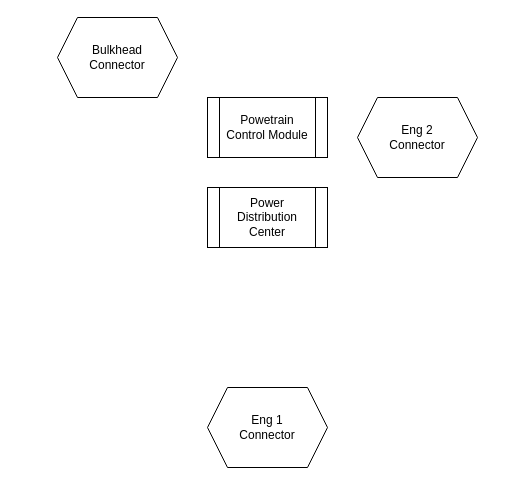
Earlier version of the draw.io diagram page "Harness Overview" (2 of 6) of Diagrams/Source Files/Electrical Systems and Harnesses.drawio (nilchaos/Project-Baryonyx). Source tidied: cells renumbered, new cells numbered last; positions are measured from the earlier drawing's top-left corner, leaving out a move shared by most shapes. Both pictures are drawn from the tidied source at 100%, with x=0, y=0 at pixel (57, 17).
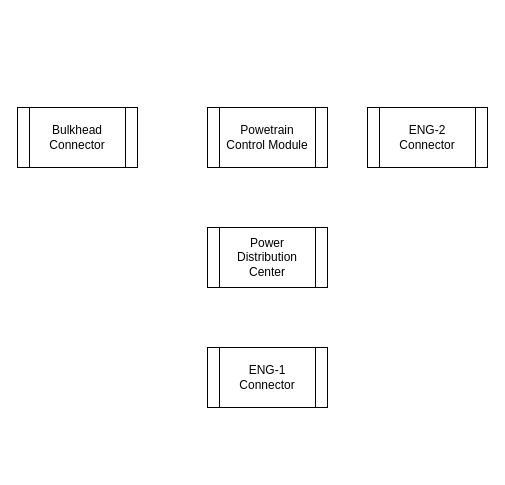
Above is the later version.

What changed in the source:
```diff
@@
 <mxGraphModel>
   <root>
     <mxCell id="0" />
     <mxCell id="1" parent="0" />
-    <mxCell id="2" value="Bulkhead&lt;div&gt;Connector&lt;/div&gt;" style="shape=hexagon;perimeter=hexagonPerimeter2;whiteSpace=wrap;html=1;fixedSize=1;" parent="1" vertex="1">
-      <mxGeometry width="120" height="80" as="geometry" />
-    </mxCell>
-    <mxCell id="3" value="Eng 2&lt;div&gt;Connector&lt;/div&gt;" style="shape=hexagon;perimeter=hexagonPerimeter2;whiteSpace=wrap;html=1;fixedSize=1;" parent="1" vertex="1">
-      <mxGeometry x="300" y="80" width="120" height="80" as="geometry" />
-    </mxCell>
-    <mxCell id="4" value="&lt;div&gt;Eng 1&lt;/div&gt;&lt;div&gt;Connector&lt;/div&gt;" style="shape=hexagon;perimeter=hexagonPerimeter2;whiteSpace=wrap;html=1;fixedSize=1;" parent="1" vertex="1">
-      <mxGeometry x="150" y="370" width="120" height="80" as="geometry" />
-    </mxCell>
     <mxCell id="5" value="Powetrain Control Module" style="shape=process;whiteSpace=wrap;html=1;backgroundOutline=1;" parent="1" vertex="1">
-      <mxGeometry x="150" y="80" width="120" height="60" as="geometry" />
+      <mxGeometry x="150" y="90" width="120" height="60" as="geometry" />
     </mxCell>
     <mxCell id="6" value="Power Distribution Center" style="shape=process;whiteSpace=wrap;html=1;backgroundOutline=1;" parent="1" vertex="1">
-      <mxGeometry x="150" y="170" width="120" height="60" as="geometry" />
+      <mxGeometry x="150" y="210" width="120" height="60" as="geometry" />
     </mxCell>
+    <mxCell id="7" value="ENG-2&lt;div&gt;Connector&lt;/div&gt;" style="shape=process;whiteSpace=wrap;html=1;backgroundOutline=1;" parent="1" vertex="1">
+      <mxGeometry x="310" y="90" width="120" height="60" as="geometry" />
+    </mxCell>
+    <mxCell id="8" value="ENG-1&lt;div&gt;Connector&lt;/div&gt;" style="shape=process;whiteSpace=wrap;html=1;backgroundOutline=1;" parent="1" vertex="1">
+      <mxGeometry x="150" y="330" width="120" height="60" as="geometry" />
+    </mxCell>
+    <mxCell id="2" value="Bulkhead&lt;div&gt;Connector&lt;/div&gt;" style="shape=process;whiteSpace=wrap;html=1;backgroundOutline=1;" parent="1" vertex="1">
+      <mxGeometry x="-40" y="90" width="120" height="60" as="geometry" />
+    </mxCell>
   </root>
 </mxGraphModel>
```
